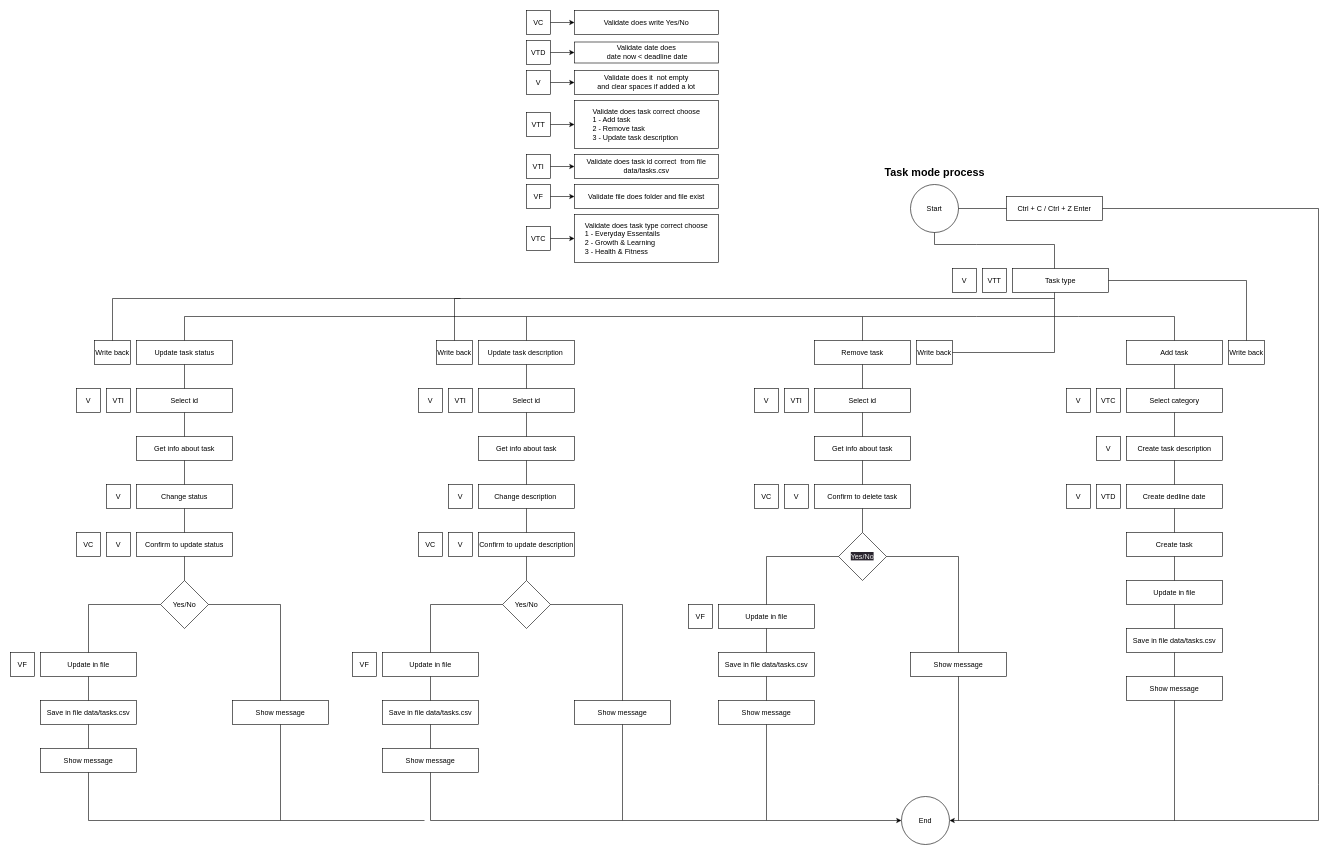
Above: page "task_mode_process" (5 of 10) of architecture.dio in Mikolonija/motivation_app (draw.io), before the change. Source tidied: cells renumbered, new cells numbered last; positions are measured from the earlier drawing's top-left corner, leaving out a move shared by most shapes. Both pictures are drawn from the tidied source at 60%, with x=0, y=0 at pixel (10, 10).
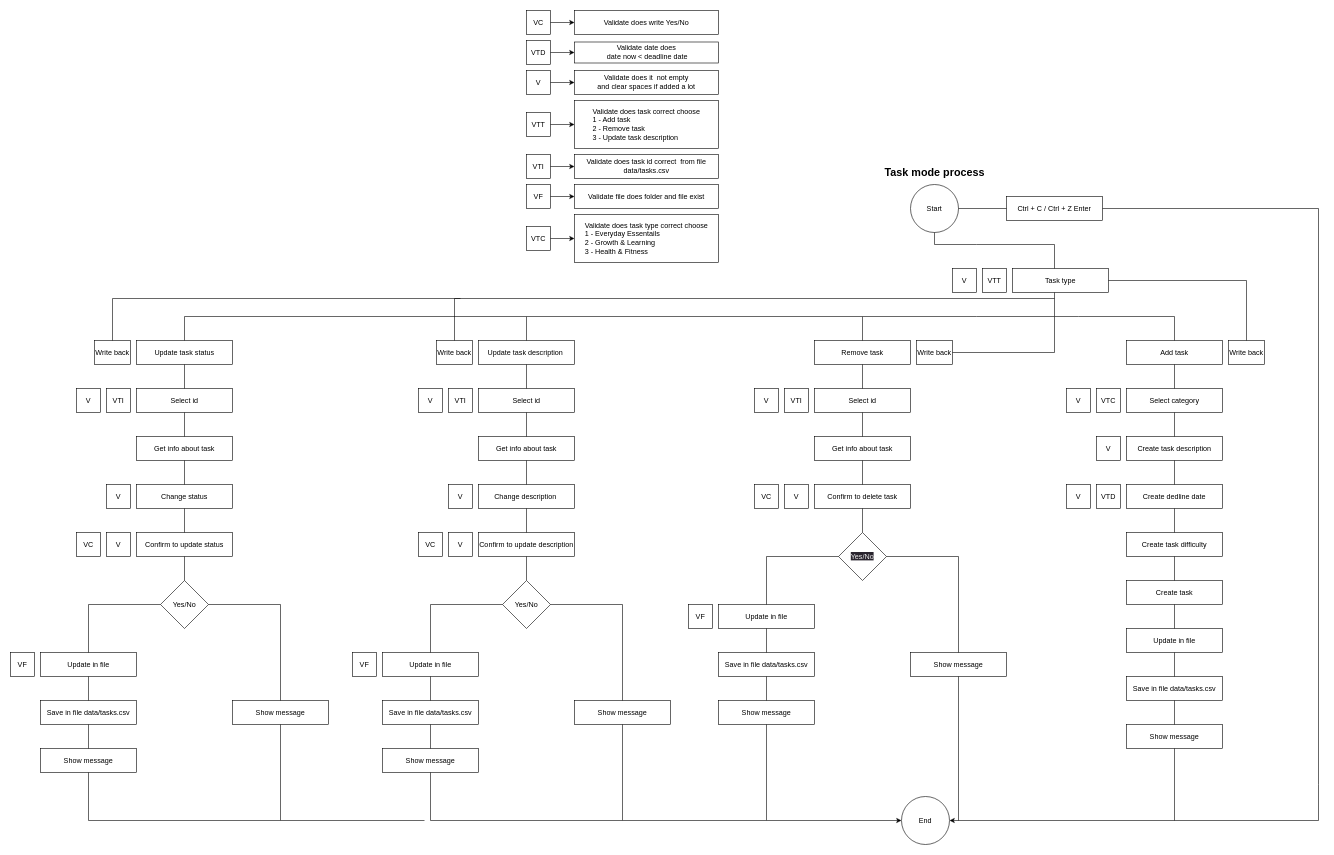
After the change.

Diff of the diagram source:
```diff
@@
-    <mxCell id="82" value="Create task" style="rounded=0;whiteSpace=wrap;html=1;" parent="1" vertex="1">
+    <mxCell id="82" value="Create task difficulty" style="rounded=0;whiteSpace=wrap;html=1;" parent="1" vertex="1">
       <mxGeometry x="1860" y="870" width="160" height="40" as="geometry" />
     </mxCell>
     <mxCell id="83" value="Update in file" style="rounded=0;whiteSpace=wrap;html=1;" parent="1" vertex="1">
-      <mxGeometry x="1860" y="950" width="160" height="40" as="geometry" />
+      <mxGeometry x="1860" y="1030" width="160" height="40" as="geometry" />
     </mxCell>
     <mxCell id="84" value="Save in file data/tasks.csv" style="rounded=0;whiteSpace=wrap;html=1;" parent="1" vertex="1">
-      <mxGeometry x="1860" y="1030" width="160" height="40" as="geometry" />
+      <mxGeometry x="1860" y="1110" width="160" height="40" as="geometry" />
     </mxCell>
     <mxCell id="85" value="Show message" style="rounded=0;whiteSpace=wrap;html=1;" parent="1" vertex="1">
-      <mxGeometry x="1860" y="1110" width="160" height="40" as="geometry" />
+      <mxGeometry x="1860" y="1190" width="160" height="40" as="geometry" />
     </mxCell>
@@
+    <mxCell id="113" value="Create task" style="rounded=0;whiteSpace=wrap;html=1;" parent="1" vertex="1">
+      <mxGeometry x="1860" y="950" width="160" height="40" as="geometry" />
+    </mxCell>
```
